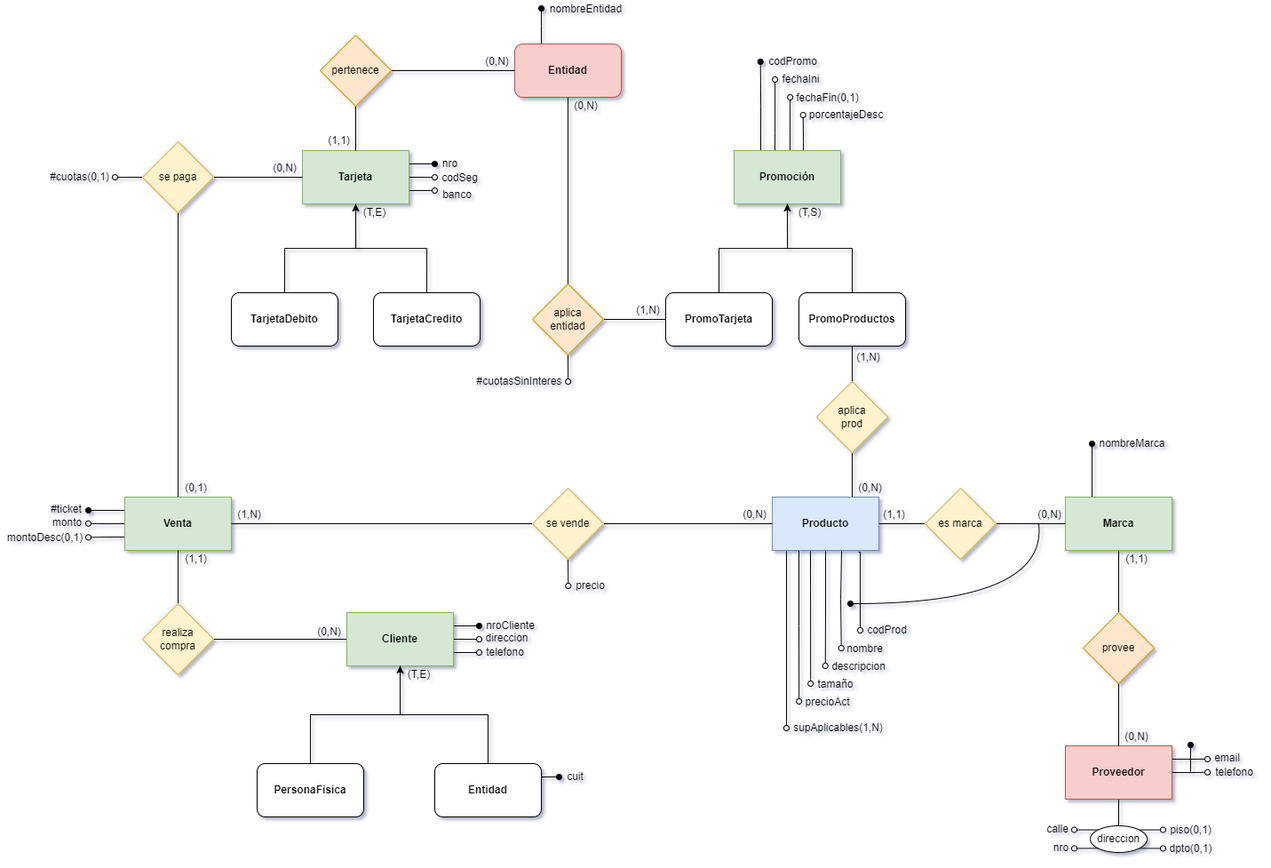
The draw.io diagram BD/01-modelos/11-pintureria/ej11-conceptual.png in sergiocld99/unlp-tramo-final, before a commit. Source tidied: cells renumbered, new cells last; positions are measured from the earlier drawing's top-left corner, leaving out a move shared by most shapes.
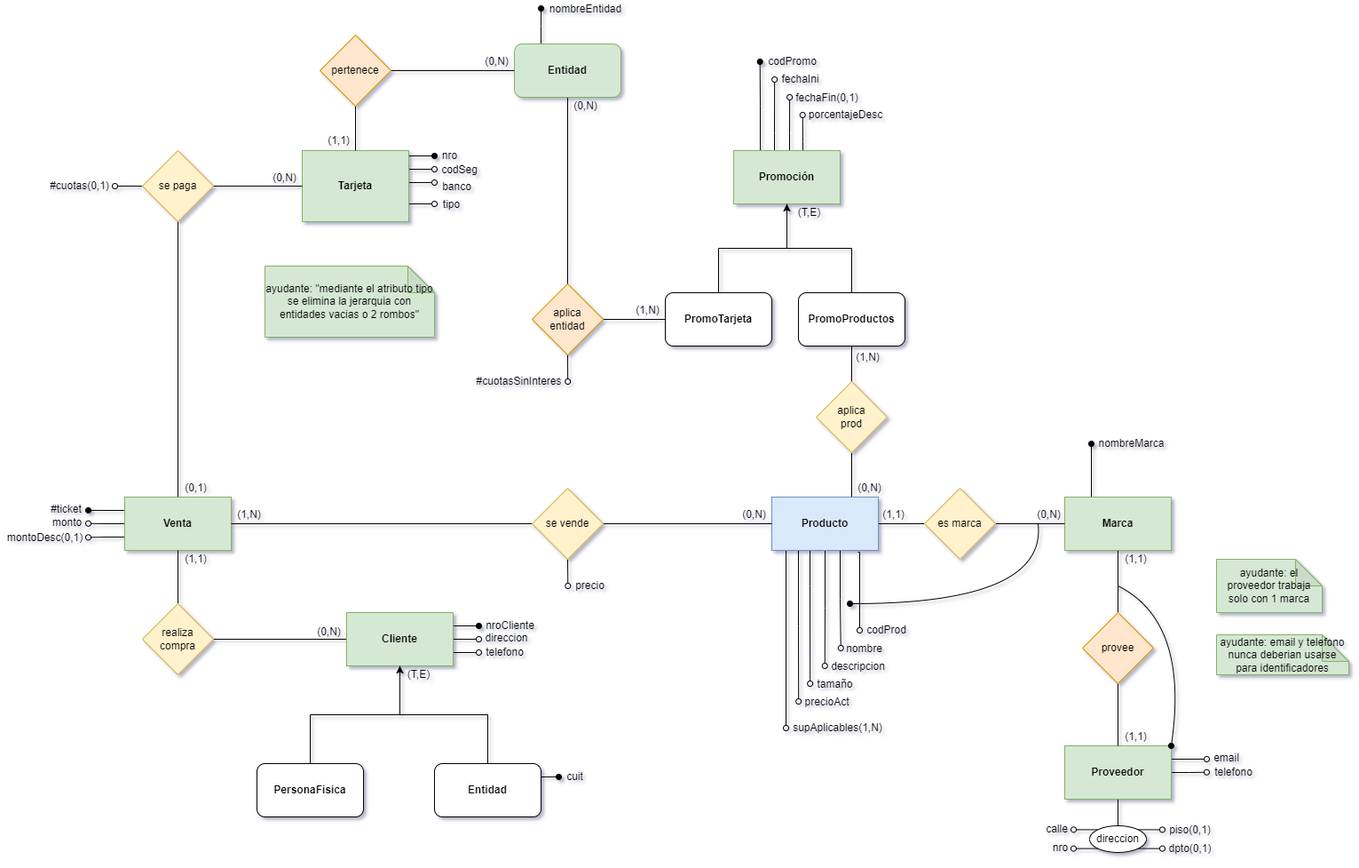
After the commit.

Commit message:
conceptual ej11 actualizado

Change to the diagram source:
```diff
@@ -123,34 +123,42 @@
     <mxCell id="27" value="se vende" style="rhombus;whiteSpace=wrap;html=1;fillColor=#fff2cc;strokeColor=#d6b656;" parent="1" vertex="1">
       <mxGeometry x="599" y="549" width="80" height="80" as="geometry" />
     </mxCell>
-    <mxCell id="28" style="edgeStyle=orthogonalEdgeStyle;rounded=0;jettySize=auto;html=1;exitX=1;exitY=0.25;exitDx=0;exitDy=0;endArrow=oval;endFill=1;" parent="1" edge="1" source="31">
+    <mxCell id="28" style="edgeStyle=orthogonalEdgeStyle;rounded=0;orthogonalLoop=1;jettySize=auto;html=1;exitX=1;exitY=0.25;exitDx=0;exitDy=0;endArrow=oval;endFill=1;" parent="1" edge="1">
       <mxGeometry relative="1" as="geometry">
-        <mxPoint x="489" y="184.4" as="targetPoint" />
+        <mxPoint x="460" y="175" as="sourcePoint" />
+        <mxPoint x="489" y="175.4" as="targetPoint" />
       </mxGeometry>
     </mxCell>
-    <mxCell id="29" style="edgeStyle=orthogonalEdgeStyle;rounded=0;jettySize=auto;html=1;exitX=1;exitY=0.5;exitDx=0;exitDy=0;endArrow=oval;endFill=0;" parent="1" edge="1" source="31">
+    <mxCell id="29" style="edgeStyle=orthogonalEdgeStyle;rounded=0;orthogonalLoop=1;jettySize=auto;html=1;exitX=1;exitY=0.5;exitDx=0;exitDy=0;endArrow=oval;endFill=0;" parent="1" edge="1">
       <mxGeometry relative="1" as="geometry">
-        <mxPoint x="489" y="199.2" as="targetPoint" />
+        <mxPoint x="460" y="190" as="sourcePoint" />
+        <mxPoint x="489" y="190.2" as="targetPoint" />
       </mxGeometry>
     </mxCell>
-    <mxCell id="30" style="edgeStyle=orthogonalEdgeStyle;rounded=0;jettySize=auto;html=1;exitX=1;exitY=0.75;exitDx=0;exitDy=0;endArrow=oval;endFill=0;" parent="1" edge="1" source="31">
+    <mxCell id="30" style="edgeStyle=orthogonalEdgeStyle;rounded=0;orthogonalLoop=1;jettySize=auto;html=1;exitX=1;exitY=0.75;exitDx=0;exitDy=0;endArrow=oval;endFill=0;" parent="1" edge="1">
       <mxGeometry relative="1" as="geometry">
-        <mxPoint x="489" y="214" as="targetPoint" />
+        <mxPoint x="460" y="205" as="sourcePoint" />
+        <mxPoint x="489" y="205" as="targetPoint" />
       </mxGeometry>
     </mxCell>
+    <mxCell id="131" style="edgeStyle=orthogonalEdgeStyle;rounded=0;jettySize=auto;html=1;exitX=1;exitY=0.75;exitDx=0;exitDy=0;endArrow=oval;endFill=0;" parent="1" edge="1" source="31">
+      <mxGeometry relative="1" as="geometry">
+        <mxPoint x="489" y="229" as="targetPoint" />
+      </mxGeometry>
+    </mxCell>
     <mxCell id="31" value="Tarjeta" style="rounded=0;whiteSpace=wrap;html=1;fontStyle=1;fillColor=#d5e8d4;strokeColor=#82b366;" parent="1" vertex="1">
-      <mxGeometry x="340" y="169" width="120" height="60" as="geometry" />
+      <mxGeometry x="340" y="169" width="120" height="80" as="geometry" />
     </mxCell>
     <mxCell id="32" style="edgeStyle=orthogonalEdgeStyle;rounded=0;jettySize=auto;html=1;exitX=1;exitY=0.5;exitDx=0;exitDy=0;entryX=0;entryY=0.5;entryDx=0;entryDy=0;endArrow=none;endFill=0;" parent="1" edge="1" source="34" target="31">
       <mxGeometry relative="1" as="geometry" />
     </mxCell>
     <mxCell id="33" style="edgeStyle=orthogonalEdgeStyle;rounded=0;jettySize=auto;html=1;exitX=0;exitY=0.5;exitDx=0;exitDy=0;endArrow=oval;endFill=0;" parent="1" edge="1" source="34">
       <mxGeometry relative="1" as="geometry">
-        <mxPoint x="129" y="199.5" as="targetPoint" />
+        <mxPoint x="129" y="209.5" as="targetPoint" />
       </mxGeometry>
     </mxCell>
     <mxCell id="34" value="se paga" style="rhombus;whiteSpace=wrap;html=1;fillColor=#fff2cc;strokeColor=#d6b656;" parent="1" vertex="1">
-      <mxGeometry x="160" y="159" width="80" height="80" as="geometry" />
+      <mxGeometry x="160" y="169" width="80" height="80" as="geometry" />
     </mxCell>
     <mxCell id="35" style="edgeStyle=orthogonalEdgeStyle;rounded=0;jettySize=auto;html=1;exitX=0;exitY=0.5;exitDx=0;exitDy=0;entryX=1;entryY=0.5;entryDx=0;entryDy=0;endArrow=none;endFill=0;" parent="1" edge="1" source="39" target="41">
       <mxGeometry relative="1" as="geometry" />
@@ -240,18 +248,6 @@
     <mxCell id="53" value="aplica&lt;br&gt;prod" style="rhombus;whiteSpace=wrap;html=1;fillColor=#fff2cc;strokeColor=#d6b656;" parent="1" vertex="1">
       <mxGeometry x="919" y="429" width="80" height="80" as="geometry" />
     </mxCell>
-    <mxCell id="54" style="edgeStyle=orthogonalEdgeStyle;rounded=0;jettySize=auto;html=1;exitX=0.5;exitY=0;exitDx=0;exitDy=0;entryX=0.5;entryY=1;entryDx=0;entryDy=0;endArrow=none;endFill=0;" parent="1" edge="1" source="55" target="31">
-      <mxGeometry relative="1" as="geometry" />
-    </mxCell>
-    <mxCell id="55" value="TarjetaDebito" style="rounded=1;whiteSpace=wrap;html=1;fontStyle=1;" parent="1" vertex="1">
-      <mxGeometry x="260" y="329" width="120" height="60" as="geometry" />
-    </mxCell>
-    <mxCell id="56" style="edgeStyle=orthogonalEdgeStyle;rounded=0;jettySize=auto;html=1;exitX=0.5;exitY=0;exitDx=0;exitDy=0;entryX=0.5;entryY=1;entryDx=0;entryDy=0;endArrow=classic;endFill=1;" parent="1" edge="1" source="57" target="31">
-      <mxGeometry relative="1" as="geometry" />
-    </mxCell>
-    <mxCell id="57" value="TarjetaCredito" style="rounded=1;whiteSpace=wrap;html=1;fontStyle=1;" parent="1" vertex="1">
-      <mxGeometry x="420" y="329" width="120" height="60" as="geometry" />
-    </mxCell>
     <mxCell id="58" style="edgeStyle=orthogonalEdgeStyle;rounded=0;jettySize=auto;html=1;exitX=0.5;exitY=0;exitDx=0;exitDy=0;entryX=0.5;entryY=1;entryDx=0;entryDy=0;endArrow=classic;endFill=1;" parent="1" edge="1" source="59" target="51">
       <mxGeometry relative="1" as="geometry" />
     </mxCell>
@@ -283,7 +279,7 @@
         <mxPoint x="609.1" y="9" as="targetPoint" />
       </mxGeometry>
     </mxCell>
-    <mxCell id="67" value="Entidad" style="rounded=1;whiteSpace=wrap;html=1;fontStyle=1;fillColor=#f8cecc;strokeColor=#b85450;" parent="1" vertex="1">
+    <mxCell id="67" value="Entidad" style="rounded=1;whiteSpace=wrap;html=1;fontStyle=1;fillColor=#d5e8d4;strokeColor=#82b366;" parent="1" vertex="1">
       <mxGeometry x="579" y="49" width="120" height="60" as="geometry" />
     </mxCell>
     <mxCell id="68" style="edgeStyle=orthogonalEdgeStyle;rounded=0;jettySize=auto;html=1;exitX=0.5;exitY=1;exitDx=0;exitDy=0;entryX=0.5;entryY=0;entryDx=0;entryDy=0;endArrow=none;endFill=0;" parent="1" edge="1" source="70" target="31">
@@ -326,13 +322,13 @@
       <mxGeometry x="200" y="539" width="40" height="20" as="geometry" />
     </mxCell>
     <mxCell id="81" value="(0,N)" style="text;html=1;align=center;verticalAlign=middle;strokeColor=none;fillColor=none;" parent="1" vertex="1">
-      <mxGeometry x="300" y="179" width="40" height="20" as="geometry" />
+      <mxGeometry x="300" y="190" width="40" height="20" as="geometry" />
     </mxCell>
     <mxCell id="82" value="#cuotas(0,1)" style="text;html=1;align=center;verticalAlign=middle;strokeColor=none;fillColor=none;" parent="1" vertex="1">
-      <mxGeometry x="49" y="189" width="80" height="20" as="geometry" />
+      <mxGeometry x="49" y="199" width="80" height="20" as="geometry" />
     </mxCell>
     <mxCell id="83" value="nro" style="text;html=1;align=center;verticalAlign=middle;strokeColor=none;fillColor=none;" parent="1" vertex="1">
-      <mxGeometry x="491" y="174" width="30" height="20" as="geometry" />
+      <mxGeometry x="491" y="165" width="30" height="20" as="geometry" />
     </mxCell>
     <mxCell id="84" value="(1,1)" style="text;html=1;align=center;verticalAlign=middle;strokeColor=none;fillColor=none;" parent="1" vertex="1">
       <mxGeometry x="361" y="148" width="40" height="20" as="geometry" />
@@ -341,10 +337,10 @@
       <mxGeometry x="539" y="59" width="40" height="20" as="geometry" />
     </mxCell>
     <mxCell id="86" value="banco" style="text;html=1;align=center;verticalAlign=middle;strokeColor=none;fillColor=none;" parent="1" vertex="1">
-      <mxGeometry x="489" y="209" width="50" height="20" as="geometry" />
+      <mxGeometry x="489" y="200" width="50" height="20" as="geometry" />
     </mxCell>
     <mxCell id="87" value="codSeg" style="text;html=1;align=center;verticalAlign=middle;strokeColor=none;fillColor=none;" parent="1" vertex="1">
-      <mxGeometry x="487" y="190" width="60" height="20" as="geometry" />
+      <mxGeometry x="487" y="181" width="60" height="20" as="geometry" />
     </mxCell>
     <mxCell id="88" value="(1,N)" style="text;html=1;align=center;verticalAlign=middle;strokeColor=none;fillColor=none;" parent="1" vertex="1">
       <mxGeometry x="709" y="339" width="40" height="20" as="geometry" />
@@ -388,10 +384,7 @@
     <mxCell id="101" value="(T,E)" style="text;html=1;align=center;verticalAlign=middle;strokeColor=none;fillColor=none;" parent="1" vertex="1">
       <mxGeometry x="451" y="749" width="40" height="20" as="geometry" />
     </mxCell>
-    <mxCell id="102" value="(T,E)" style="text;html=1;align=center;verticalAlign=middle;strokeColor=none;fillColor=none;" parent="1" vertex="1">
-      <mxGeometry x="401" y="229" width="40" height="20" as="geometry" />
-    </mxCell>
-    <mxCell id="103" value="(T,S)" style="text;html=1;align=center;verticalAlign=middle;strokeColor=none;fillColor=none;" parent="1" vertex="1">
+    <mxCell id="103" value="(T,E)" style="text;html=1;align=center;verticalAlign=middle;strokeColor=none;fillColor=none;" parent="1" vertex="1">
       <mxGeometry x="891" y="229" width="40" height="20" as="geometry" />
     </mxCell>
     <mxCell id="104" style="edgeStyle=orthogonalEdgeStyle;rounded=0;orthogonalLoop=1;jettySize=auto;html=1;exitX=1;exitY=0.25;exitDx=0;exitDy=0;endArrow=oval;endFill=0;" parent="1" edge="1">
@@ -408,7 +401,7 @@
     <mxCell id="106" style="edgeStyle=orthogonalEdgeStyle;rounded=0;jettySize=auto;html=1;exitX=0.5;exitY=1;exitDx=0;exitDy=0;entryX=0.5;entryY=0;entryDx=0;entryDy=0;endArrow=none;endFill=0;" parent="1" edge="1" source="107" target="121">
       <mxGeometry relative="1" as="geometry" />
     </mxCell>
-    <mxCell id="107" value="Proveedor" style="rounded=0;whiteSpace=wrap;html=1;fontStyle=1;fillColor=#f8cecc;strokeColor=#b85450;" parent="1" vertex="1">
+    <mxCell id="107" value="Proveedor" style="rounded=0;whiteSpace=wrap;html=1;fontStyle=1;fillColor=#d5e8d4;strokeColor=#82b366;" parent="1" vertex="1">
       <mxGeometry x="1199" y="839" width="120" height="60" as="geometry" />
     </mxCell>
     <mxCell id="108" style="edgeStyle=orthogonalEdgeStyle;rounded=0;jettySize=auto;html=1;exitX=0.5;exitY=1;exitDx=0;exitDy=0;entryX=0.5;entryY=0;entryDx=0;entryDy=0;endArrow=none;endFill=0;" parent="1" edge="1" source="109" target="107">
@@ -426,13 +419,7 @@
     <mxCell id="112" value="(1,1)" style="text;html=1;align=center;verticalAlign=middle;strokeColor=none;fillColor=none;" parent="1" vertex="1">
       <mxGeometry x="1259" y="619" width="40" height="20" as="geometry" />
     </mxCell>
-    <mxCell id="113" style="endArrow=oval;html=1;rounded=0;endFill=1;" parent="1" edge="1">
-      <mxGeometry relative="1" as="geometry">
-        <mxPoint x="1340" y="868" as="sourcePoint" />
-        <mxPoint x="1340" y="838" as="targetPoint" />
-      </mxGeometry>
-    </mxCell>
-    <mxCell id="114" value="(0,N)" style="text;html=1;align=center;verticalAlign=middle;strokeColor=none;fillColor=none;" parent="1" vertex="1">
+    <mxCell id="114" value="(1,1)" style="text;html=1;align=center;verticalAlign=middle;strokeColor=none;fillColor=none;" parent="1" vertex="1">
       <mxGeometry x="1259" y="819" width="40" height="20" as="geometry" />
     </mxCell>
     <mxCell id="115" value="(1,1)" style="text;html=1;align=center;verticalAlign=middle;strokeColor=none;fillColor=none;" parent="1" vertex="1">
@@ -491,5 +478,25 @@
     <mxCell id="130" value="supAplicables(1,N)" style="text;html=1;align=center;verticalAlign=middle;strokeColor=none;fillColor=none;" parent="1" vertex="1">
       <mxGeometry x="883" y="809" width="120" height="20" as="geometry" />
     </mxCell>
+    <mxCell id="132" value="tipo" style="text;html=1;align=center;verticalAlign=middle;strokeColor=none;fillColor=none;" parent="1" vertex="1">
+      <mxGeometry x="493" y="220" width="30" height="20" as="geometry" />
+    </mxCell>
+    <mxCell id="133" value="ayudante: &quot;mediante el atributo tipo se elimina la jerarquia con entidades vacias o 2 rombos&quot;" style="shape=note;whiteSpace=wrap;html=1;backgroundOutline=1;darkOpacity=0.05;fillColor=#d5e8d4;strokeColor=#82b366;" parent="1" vertex="1">
+      <mxGeometry x="298" y="299" width="191" height="80" as="geometry" />
+    </mxCell>
+    <mxCell id="134" value="ayudante: el proveedor trabaja solo con 1 marca" style="shape=note;whiteSpace=wrap;html=1;backgroundOutline=1;darkOpacity=0.05;fillColor=#d5e8d4;strokeColor=#82b366;" parent="1" vertex="1">
+      <mxGeometry x="1370" y="629" width="119" height="60" as="geometry" />
+    </mxCell>
+    <mxCell id="135" value="ayudante: email y telefono nunca deberian usarse para identificadores" style="shape=note;whiteSpace=wrap;html=1;backgroundOutline=1;darkOpacity=0.05;fillColor=#d5e8d4;strokeColor=#82b366;" parent="1" vertex="1">
+      <mxGeometry x="1370" y="714" width="149" height="45" as="geometry" />
+    </mxCell>
+    <mxCell id="136" style="curved=1;endArrow=oval;html=1;rounded=0;entryX=1;entryY=0;entryDx=0;entryDy=0;endFill=1;" parent="1" edge="1" target="107">
+      <mxGeometry relative="1" as="geometry">
+        <mxPoint x="1259" y="659" as="sourcePoint" />
+        <Array as="points">
+          <mxPoint x="1339" y="699" />
+        </Array>
+      </mxGeometry>
+    </mxCell>
   </root>
 </mxGraphModel>
```
